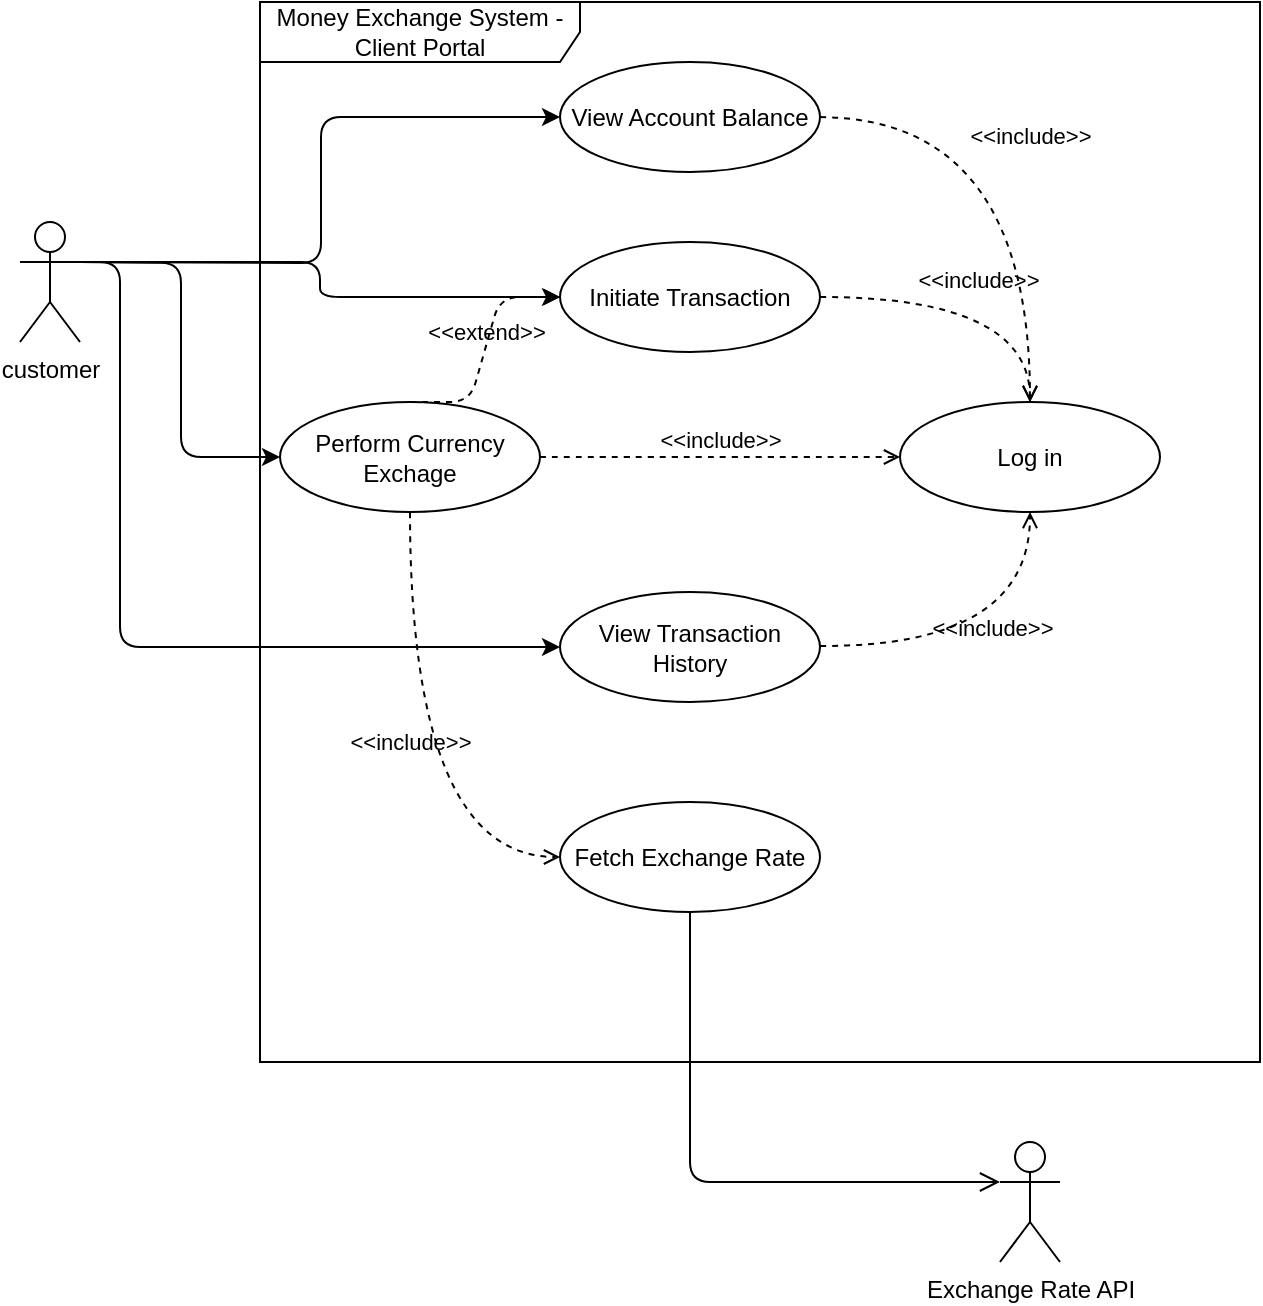
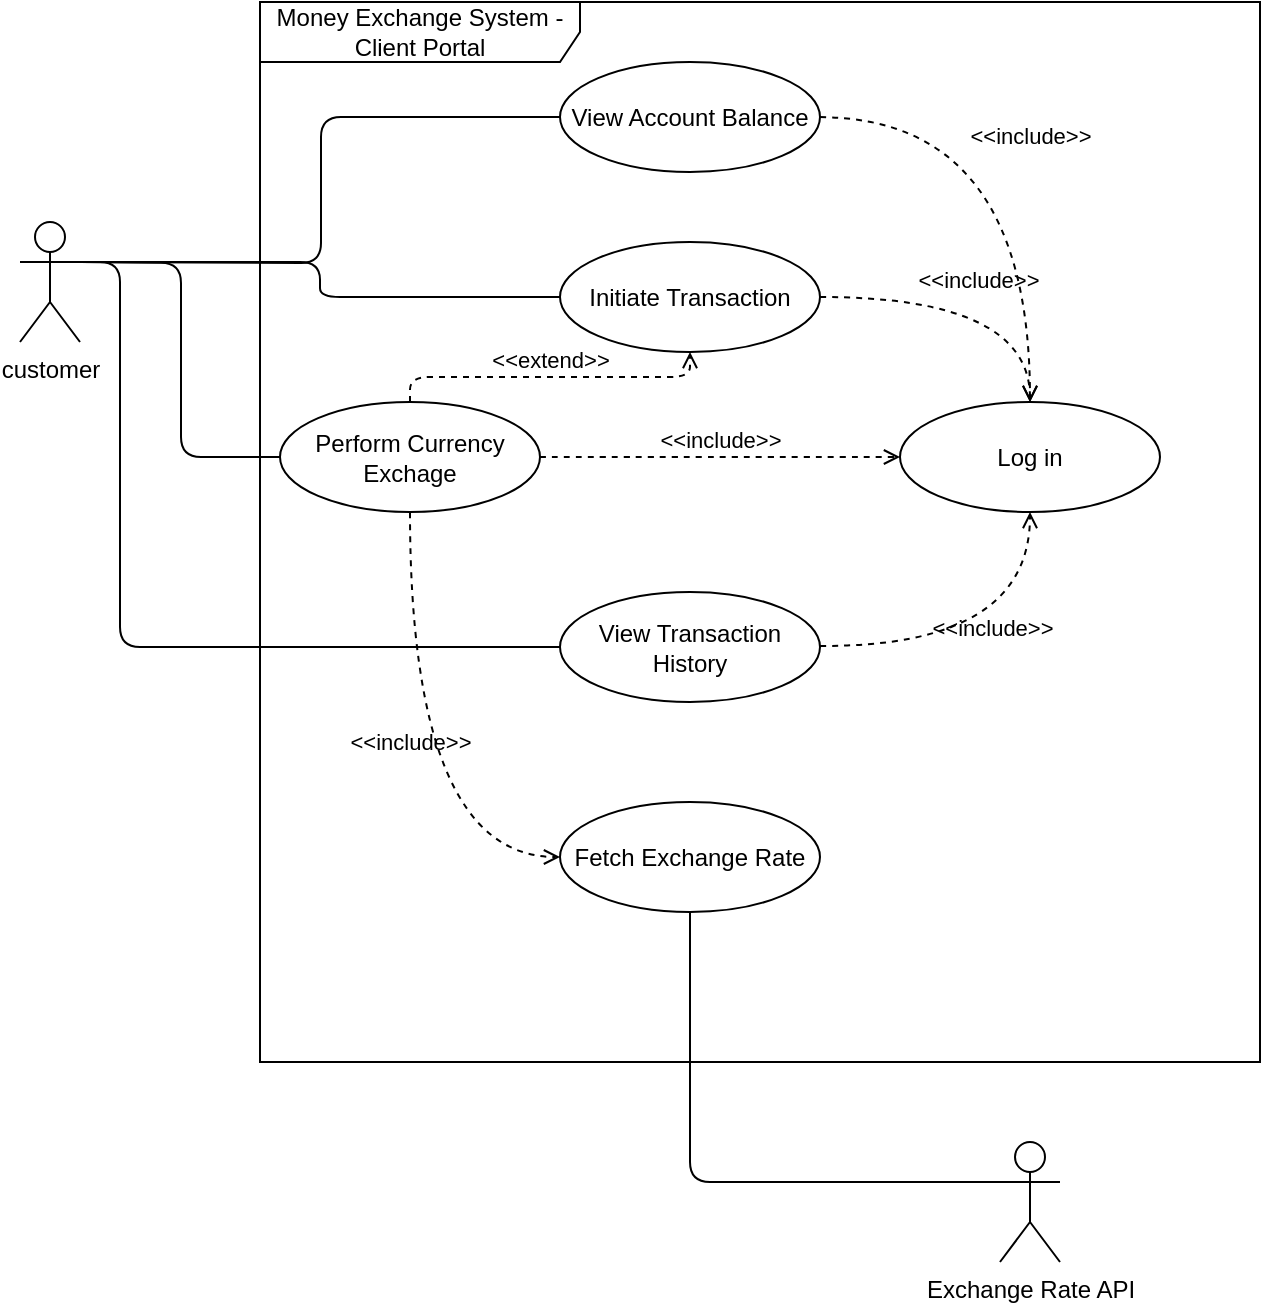
<mxfile host="Electron" pages="2">
  <diagram name="Money Exchange System - Client Portal" id="FWhztbS48K5WdzDemPio">
-     <mxGraphModel dx="674" dy="682" grid="1" gridSize="10" guides="1" tooltips="1" connect="1" arrows="1" fold="1" page="1" pageScale="1" pageWidth="827" pageHeight="1169" math="0" shadow="0">
+     <mxGraphModel dx="876" dy="682" grid="1" gridSize="10" guides="1" tooltips="1" connect="1" arrows="1" fold="1" page="1" pageScale="1" pageWidth="827" pageHeight="1169" math="0" shadow="0">
      <root>
        <mxCell id="0" />
        <mxCell id="1" parent="0" />
        <mxCell id="vtrmdZ3vb71THANzsVUH-1" parent="1" style="shape=umlActor;verticalLabelPosition=bottom;verticalAlign=top;html=1;" value="customer" vertex="1">
          <mxGeometry height="60" width="30" x="60" y="400" as="geometry" />
        </mxCell>
        <mxCell id="vtrmdZ3vb71THANzsVUH-2" parent="1" style="shape=umlFrame;whiteSpace=wrap;html=1;pointerEvents=0;recursiveResize=0;container=1;collapsible=0;width=160;" value="Money Exchange System - Client Portal" vertex="1">
          <mxGeometry height="530" width="500" x="180" y="290" as="geometry" />
        </mxCell>
        <mxCell id="vtrmdZ3vb71THANzsVUH-3" parent="vtrmdZ3vb71THANzsVUH-2" style="ellipse;whiteSpace=wrap;html=1;" value="Perform Currency Exchage" vertex="1">
          <mxGeometry height="55" width="130" x="10" y="200" as="geometry" />
        </mxCell>
        <mxCell id="vtrmdZ3vb71THANzsVUH-4" parent="vtrmdZ3vb71THANzsVUH-2" style="ellipse;whiteSpace=wrap;html=1;" value="View Account Balance" vertex="1">
          <mxGeometry height="55" width="130" x="150" y="30" as="geometry" />
        </mxCell>
        <mxCell id="vtrmdZ3vb71THANzsVUH-5" parent="vtrmdZ3vb71THANzsVUH-2" style="ellipse;whiteSpace=wrap;html=1;" value="Initiate Transaction" vertex="1">
          <mxGeometry height="55" width="130" x="150" y="120" as="geometry" />
        </mxCell>
        <mxCell id="vtrmdZ3vb71THANzsVUH-6" parent="vtrmdZ3vb71THANzsVUH-2" style="ellipse;whiteSpace=wrap;html=1;" value="View Transaction History" vertex="1">
          <mxGeometry height="55" width="130" x="150" y="295" as="geometry" />
        </mxCell>
        <mxCell id="vtrmdZ3vb71THANzsVUH-7" parent="vtrmdZ3vb71THANzsVUH-2" style="ellipse;whiteSpace=wrap;html=1;" value="Fetch Exchange Rate" vertex="1">
          <mxGeometry height="55" width="130" x="150" y="400" as="geometry" />
        </mxCell>
        <mxCell id="vtrmdZ3vb71THANzsVUH-8" parent="vtrmdZ3vb71THANzsVUH-2" style="ellipse;whiteSpace=wrap;html=1;" value="Log in" vertex="1">
          <mxGeometry height="55" width="130" x="320" y="200" as="geometry" />
        </mxCell>
-         <mxCell id="vtrmdZ3vb71THANzsVUH-9" edge="1" parent="vtrmdZ3vb71THANzsVUH-2" style="endArrow=classic;html=1;rounded=1;entryX=0;entryY=0.5;entryDx=0;entryDy=0;curved=0;edgeStyle=orthogonalEdgeStyle;" target="vtrmdZ3vb71THANzsVUH-3" value="">
+         <mxCell id="vtrmdZ3vb71THANzsVUH-9" edge="1" parent="vtrmdZ3vb71THANzsVUH-2" style="endArrow=none;html=1;rounded=1;entryX=0;entryY=0.5;entryDx=0;entryDy=0;curved=0;edgeStyle=orthogonalEdgeStyle;endFill=0;" target="vtrmdZ3vb71THANzsVUH-3" value="">
          <mxGeometry height="50" relative="1" width="50" as="geometry">
            <mxPoint x="-90" y="130" as="sourcePoint" />
            <mxPoint x="70" y="150" as="targetPoint" />
          </mxGeometry>
        </mxCell>
        <mxCell id="vtrmdZ3vb71THANzsVUH-10" edge="1" parent="vtrmdZ3vb71THANzsVUH-2" source="vtrmdZ3vb71THANzsVUH-5" style="html=1;verticalAlign=bottom;labelBackgroundColor=none;endArrow=open;endFill=0;dashed=1;rounded=1;exitX=1;exitY=0.5;exitDx=0;exitDy=0;entryX=0.5;entryY=0;entryDx=0;entryDy=0;curved=1;edgeStyle=orthogonalEdgeStyle;" target="vtrmdZ3vb71THANzsVUH-8" value="&amp;lt;&amp;lt;include&amp;gt;&amp;gt;">
          <mxGeometry relative="1" width="160" as="geometry">
            <mxPoint x="290" y="170" as="sourcePoint" />
            <mxPoint x="450" y="170" as="targetPoint" />
          </mxGeometry>
        </mxCell>
        <mxCell id="vtrmdZ3vb71THANzsVUH-11" edge="1" parent="vtrmdZ3vb71THANzsVUH-2" source="vtrmdZ3vb71THANzsVUH-3" style="html=1;verticalAlign=bottom;labelBackgroundColor=none;endArrow=open;endFill=0;dashed=1;rounded=1;exitX=1;exitY=0.5;exitDx=0;exitDy=0;entryX=0;entryY=0.5;entryDx=0;entryDy=0;curved=1;edgeStyle=orthogonalEdgeStyle;" target="vtrmdZ3vb71THANzsVUH-8" value="&amp;lt;&amp;lt;include&amp;gt;&amp;gt;">
          <mxGeometry relative="1" width="160" as="geometry">
            <mxPoint x="197.5" y="230.5" as="sourcePoint" />
            <mxPoint x="302.5" y="282.5" as="targetPoint" />
          </mxGeometry>
        </mxCell>
        <mxCell id="vtrmdZ3vb71THANzsVUH-12" edge="1" parent="vtrmdZ3vb71THANzsVUH-2" style="html=1;verticalAlign=bottom;labelBackgroundColor=none;endArrow=open;endFill=0;dashed=1;rounded=1;exitX=1;exitY=0.5;exitDx=0;exitDy=0;curved=1;edgeStyle=orthogonalEdgeStyle;entryX=0.5;entryY=0;entryDx=0;entryDy=0;" target="vtrmdZ3vb71THANzsVUH-8" value="&amp;lt;&amp;lt;include&amp;gt;&amp;gt;">
          <mxGeometry relative="1" width="160" as="geometry">
            <mxPoint x="280" y="57.549999999999955" as="sourcePoint" />
            <mxPoint x="390" y="190" as="targetPoint" />
          </mxGeometry>
        </mxCell>
        <mxCell id="vtrmdZ3vb71THANzsVUH-13" edge="1" parent="vtrmdZ3vb71THANzsVUH-2" source="vtrmdZ3vb71THANzsVUH-3" style="html=1;verticalAlign=bottom;labelBackgroundColor=none;endArrow=open;endFill=0;dashed=1;rounded=1;exitX=0.5;exitY=1;exitDx=0;exitDy=0;entryX=0;entryY=0.5;entryDx=0;entryDy=0;curved=1;edgeStyle=orthogonalEdgeStyle;" target="vtrmdZ3vb71THANzsVUH-7" value="&amp;lt;&amp;lt;include&amp;gt;&amp;gt;">
          <mxGeometry relative="1" width="160" as="geometry">
            <mxPoint x="50" y="362.54999999999995" as="sourcePoint" />
            <mxPoint x="155" y="295" as="targetPoint" />
          </mxGeometry>
        </mxCell>
-         <mxCell id="vtrmdZ3vb71THANzsVUH-14" edge="1" parent="vtrmdZ3vb71THANzsVUH-2" source="vtrmdZ3vb71THANzsVUH-3" style="html=1;verticalAlign=bottom;labelBackgroundColor=none;endArrow=open;endFill=0;dashed=1;rounded=1;entryX=0;entryY=0.5;entryDx=0;entryDy=0;exitX=0.5;exitY=0;exitDx=0;exitDy=0;edgeStyle=entityRelationEdgeStyle;elbow=vertical;" target="vtrmdZ3vb71THANzsVUH-5" value="&amp;lt;&amp;lt;extend&amp;gt;&amp;gt;">
+         <mxCell id="vtrmdZ3vb71THANzsVUH-14" edge="1" parent="vtrmdZ3vb71THANzsVUH-2" source="vtrmdZ3vb71THANzsVUH-3" style="html=1;verticalAlign=bottom;labelBackgroundColor=none;endArrow=open;endFill=0;dashed=1;rounded=1;entryX=0.5;entryY=1;entryDx=0;entryDy=0;exitX=0.5;exitY=0;exitDx=0;exitDy=0;edgeStyle=orthogonalEdgeStyle;elbow=vertical;" target="vtrmdZ3vb71THANzsVUH-5" value="&amp;lt;&amp;lt;extend&amp;gt;&amp;gt;">
          <mxGeometry relative="1" width="160" as="geometry">
            <mxPoint x="70" y="190" as="sourcePoint" />
            <mxPoint x="230" y="190" as="targetPoint" />
          </mxGeometry>
        </mxCell>
        <mxCell id="tci3p4kvQWet8cp7AIBr-1" edge="1" parent="vtrmdZ3vb71THANzsVUH-2" style="html=1;verticalAlign=bottom;labelBackgroundColor=none;endArrow=open;endFill=0;dashed=1;rounded=1;exitX=1;exitY=0.5;exitDx=0;exitDy=0;entryX=0.5;entryY=1;entryDx=0;entryDy=0;curved=1;edgeStyle=orthogonalEdgeStyle;" target="vtrmdZ3vb71THANzsVUH-8" value="&amp;lt;&amp;lt;include&amp;gt;&amp;gt;">
          <mxGeometry relative="1" width="160" as="geometry">
            <mxPoint x="280" y="321.97" as="sourcePoint" />
            <mxPoint x="460" y="321.97" as="targetPoint" />
          </mxGeometry>
        </mxCell>
        <mxCell id="vtrmdZ3vb71THANzsVUH-15" parent="1" style="shape=umlActor;verticalLabelPosition=bottom;verticalAlign=top;html=1;" value="Exchange Rate API" vertex="1">
          <mxGeometry height="60" width="30" x="550" y="860" as="geometry" />
        </mxCell>
-         <mxCell id="vtrmdZ3vb71THANzsVUH-16" edge="1" parent="1" source="vtrmdZ3vb71THANzsVUH-1" style="endArrow=classic;html=1;rounded=1;entryX=0;entryY=0.5;entryDx=0;entryDy=0;exitX=1;exitY=0.3333333333333333;exitDx=0;exitDy=0;exitPerimeter=0;edgeStyle=orthogonalEdgeStyle;" target="vtrmdZ3vb71THANzsVUH-5" value="">
+         <mxCell id="vtrmdZ3vb71THANzsVUH-16" edge="1" parent="1" source="vtrmdZ3vb71THANzsVUH-1" style="endArrow=none;html=1;rounded=1;entryX=0;entryY=0.5;entryDx=0;entryDy=0;exitX=1;exitY=0.3333333333333333;exitDx=0;exitDy=0;exitPerimeter=0;edgeStyle=orthogonalEdgeStyle;endFill=0;" target="vtrmdZ3vb71THANzsVUH-5" value="">
          <mxGeometry height="50" relative="1" width="50" as="geometry">
            <mxPoint x="120" y="420" as="sourcePoint" />
            <mxPoint x="220" y="420" as="targetPoint" />
          </mxGeometry>
        </mxCell>
-         <mxCell id="vtrmdZ3vb71THANzsVUH-17" edge="1" parent="1" source="vtrmdZ3vb71THANzsVUH-1" style="endArrow=classic;html=1;rounded=1;entryX=0;entryY=0.5;entryDx=0;entryDy=0;edgeStyle=orthogonalEdgeStyle;exitX=1;exitY=0.3333333333333333;exitDx=0;exitDy=0;exitPerimeter=0;elbow=vertical;curved=0;" target="vtrmdZ3vb71THANzsVUH-6" value="">
+         <mxCell id="vtrmdZ3vb71THANzsVUH-17" edge="1" parent="1" source="vtrmdZ3vb71THANzsVUH-1" style="endArrow=none;html=1;rounded=1;entryX=0;entryY=0.5;entryDx=0;entryDy=0;edgeStyle=orthogonalEdgeStyle;exitX=1;exitY=0.3333333333333333;exitDx=0;exitDy=0;exitPerimeter=0;elbow=vertical;curved=0;endFill=0;" target="vtrmdZ3vb71THANzsVUH-6" value="">
          <mxGeometry height="50" relative="1" width="50" as="geometry">
            <Array as="points">
              <mxPoint x="110" y="420" />
              <mxPoint x="110" y="613" />
            </Array>
            <mxPoint x="120" y="420" as="sourcePoint" />
            <mxPoint x="200" y="610" as="targetPoint" />
          </mxGeometry>
        </mxCell>
-         <mxCell id="vtrmdZ3vb71THANzsVUH-18" edge="1" parent="1" style="endArrow=classic;html=1;rounded=1;entryX=0;entryY=0.5;entryDx=0;entryDy=0;edgeStyle=orthogonalEdgeStyle;" target="vtrmdZ3vb71THANzsVUH-4" value="">
+         <mxCell id="vtrmdZ3vb71THANzsVUH-18" edge="1" parent="1" style="endArrow=none;html=1;rounded=1;entryX=0;entryY=0.5;entryDx=0;entryDy=0;edgeStyle=orthogonalEdgeStyle;endFill=0;" target="vtrmdZ3vb71THANzsVUH-4" value="">
          <mxGeometry height="50" relative="1" width="50" as="geometry">
            <mxPoint x="90" y="420" as="sourcePoint" />
            <mxPoint x="230" y="360" as="targetPoint" />
          </mxGeometry>
        </mxCell>
-         <mxCell id="vtrmdZ3vb71THANzsVUH-19" edge="1" parent="1" source="vtrmdZ3vb71THANzsVUH-7" style="endArrow=open;startArrow=none;endFill=0;startFill=0;endSize=8;html=1;verticalAlign=bottom;labelBackgroundColor=none;strokeWidth=1;rounded=1;entryX=0;entryY=0.3333333333333333;entryDx=0;entryDy=0;entryPerimeter=0;exitX=0.5;exitY=1;exitDx=0;exitDy=0;edgeStyle=orthogonalEdgeStyle;" target="vtrmdZ3vb71THANzsVUH-15" value="">
+         <mxCell id="vtrmdZ3vb71THANzsVUH-19" edge="1" parent="1" source="vtrmdZ3vb71THANzsVUH-7" style="endArrow=none;startArrow=none;endFill=0;startFill=0;endSize=8;html=1;verticalAlign=bottom;labelBackgroundColor=none;strokeWidth=1;rounded=1;entryX=0;entryY=0.3333333333333333;entryDx=0;entryDy=0;entryPerimeter=0;exitX=0.5;exitY=1;exitDx=0;exitDy=0;edgeStyle=orthogonalEdgeStyle;" target="vtrmdZ3vb71THANzsVUH-15" value="">
          <mxGeometry relative="1" width="160" as="geometry">
            <mxPoint x="400" y="780" as="sourcePoint" />
            <mxPoint x="560" y="780" as="targetPoint" />
          </mxGeometry>
        </mxCell>
      </root>
    </mxGraphModel>
  </diagram>
  <diagram id="Rpuxl0qhgzl8hAU7FL_C" name="Money Exchange System - Admin Portal">
-     <mxGraphModel dx="640" dy="648" grid="1" gridSize="10" guides="1" tooltips="1" connect="1" arrows="1" fold="1" page="1" pageScale="1" pageWidth="827" pageHeight="1169" background="none" math="0" shadow="0" adaptiveColors="auto">
+     <mxGraphModel dx="601" dy="648" grid="1" gridSize="10" guides="1" tooltips="1" connect="1" arrows="1" fold="1" page="1" pageScale="1" pageWidth="827" pageHeight="1169" background="none" math="0" shadow="0" adaptiveColors="auto">
      <root>
        <mxCell id="0" />
        <mxCell id="1" parent="0" />
        <mxCell id="cFp2gDEtoveiZNx1lZce-1" parent="1" style="shape=umlActor;verticalLabelPosition=bottom;verticalAlign=top;html=1;" value="Branch Staff" vertex="1">
          <mxGeometry height="60" width="30" x="40" y="270" as="geometry" />
        </mxCell>
        <mxCell id="cFp2gDEtoveiZNx1lZce-2" parent="1" style="shape=umlFrame;whiteSpace=wrap;html=1;pointerEvents=0;recursiveResize=0;container=1;collapsible=0;width=160;" value="Money Exchange System - Admin Portal" vertex="1">
          <mxGeometry height="490" width="420" x="140" y="110" as="geometry" />
        </mxCell>
        <mxCell id="cFp2gDEtoveiZNx1lZce-4" parent="cFp2gDEtoveiZNx1lZce-2" style="ellipse;whiteSpace=wrap;html=1;" value="Manage Branch Info" vertex="1">
          <mxGeometry height="50" width="140" x="40" y="60" as="geometry" />
        </mxCell>
        <mxCell id="cFp2gDEtoveiZNx1lZce-7" parent="cFp2gDEtoveiZNx1lZce-2" style="ellipse;whiteSpace=wrap;html=1;" value="Staff Login" vertex="1">
          <mxGeometry height="50" width="140" x="260" y="190" as="geometry" />
        </mxCell>
        <mxCell id="cFp2gDEtoveiZNx1lZce-8" parent="cFp2gDEtoveiZNx1lZce-2" style="ellipse;whiteSpace=wrap;html=1;" value="Manage Customer Profiles" vertex="1">
          <mxGeometry height="50" width="140" x="40" y="150" as="geometry" />
        </mxCell>
        <mxCell id="cFp2gDEtoveiZNx1lZce-9" parent="cFp2gDEtoveiZNx1lZce-2" style="ellipse;whiteSpace=wrap;html=1;" value="Manage Customer Accounts" vertex="1">
          <mxGeometry height="50" width="140" x="40" y="260" as="geometry" />
        </mxCell>
        <mxCell id="cFp2gDEtoveiZNx1lZce-10" parent="cFp2gDEtoveiZNx1lZce-2" style="ellipse;whiteSpace=wrap;html=1;" value="&lt;div&gt;Review customer transactions&lt;/div&gt;" vertex="1">
          <mxGeometry height="50" width="140" x="40" y="360" as="geometry" />
        </mxCell>
        <mxCell id="cFp2gDEtoveiZNx1lZce-11" parent="cFp2gDEtoveiZNx1lZce-2" style="ellipse;whiteSpace=wrap;html=1;" value="&lt;div&gt;Perform KYC check&lt;/div&gt;" vertex="1">
          <mxGeometry height="50" width="160" x="250" y="320" as="geometry" />
        </mxCell>
        <mxCell id="cFp2gDEtoveiZNx1lZce-18" edge="1" parent="cFp2gDEtoveiZNx1lZce-2" source="cFp2gDEtoveiZNx1lZce-4" style="html=1;verticalAlign=bottom;labelBackgroundColor=none;endArrow=open;endFill=0;dashed=1;rounded=1;exitX=1;exitY=0.5;exitDx=0;exitDy=0;entryX=0.5;entryY=0;entryDx=0;entryDy=0;edgeStyle=orthogonalEdgeStyle;" target="cFp2gDEtoveiZNx1lZce-7" value="&amp;lt;&amp;lt;include&amp;gt;&amp;gt;">
          <mxGeometry relative="1" width="160" as="geometry">
            <mxPoint x="180" y="100" as="sourcePoint" />
            <mxPoint x="340" y="100" as="targetPoint" />
          </mxGeometry>
        </mxCell>
        <mxCell id="cFp2gDEtoveiZNx1lZce-19" edge="1" parent="cFp2gDEtoveiZNx1lZce-2" source="cFp2gDEtoveiZNx1lZce-8" style="html=1;verticalAlign=bottom;labelBackgroundColor=none;endArrow=open;endFill=0;dashed=1;rounded=1;exitX=1;exitY=0.5;exitDx=0;exitDy=0;entryX=0;entryY=0.5;entryDx=0;entryDy=0;edgeStyle=orthogonalEdgeStyle;" target="cFp2gDEtoveiZNx1lZce-7" value="&amp;lt;&amp;lt;include&amp;gt;&amp;gt;">
          <mxGeometry relative="1" width="160" x="0.0833" as="geometry">
            <mxPoint as="offset" />
            <mxPoint x="240" y="80" as="sourcePoint" />
            <mxPoint x="390" y="185" as="targetPoint" />
          </mxGeometry>
        </mxCell>
        <mxCell id="cFp2gDEtoveiZNx1lZce-20" edge="1" parent="cFp2gDEtoveiZNx1lZce-2" source="cFp2gDEtoveiZNx1lZce-9" style="html=1;verticalAlign=bottom;labelBackgroundColor=none;endArrow=open;endFill=0;dashed=1;rounded=1;exitX=1;exitY=0.5;exitDx=0;exitDy=0;entryX=0.5;entryY=1;entryDx=0;entryDy=0;edgeStyle=orthogonalEdgeStyle;" target="cFp2gDEtoveiZNx1lZce-7" value="&amp;lt;&amp;lt;include&amp;gt;&amp;gt;">
          <mxGeometry relative="1" width="160" x="0.0833" as="geometry">
            <mxPoint as="offset" />
            <mxPoint x="240" y="250" as="sourcePoint" />
            <mxPoint x="320" y="290" as="targetPoint" />
          </mxGeometry>
        </mxCell>
        <mxCell id="cFp2gDEtoveiZNx1lZce-22" edge="1" parent="cFp2gDEtoveiZNx1lZce-2" source="cFp2gDEtoveiZNx1lZce-10" style="html=1;verticalAlign=bottom;labelBackgroundColor=none;endArrow=open;endFill=0;dashed=1;rounded=1;entryX=0.5;entryY=1;entryDx=0;entryDy=0;edgeStyle=orthogonalEdgeStyle;exitX=1;exitY=0.5;exitDx=0;exitDy=0;" target="cFp2gDEtoveiZNx1lZce-11" value="&amp;lt;&amp;lt;include&amp;gt;&amp;gt;">
          <mxGeometry relative="1" width="160" x="0.0833" as="geometry">
            <mxPoint as="offset" />
            <mxPoint x="210" y="320" as="sourcePoint" />
            <mxPoint x="280" y="375" as="targetPoint" />
          </mxGeometry>
        </mxCell>
        <mxCell id="cFp2gDEtoveiZNx1lZce-24" parent="cFp2gDEtoveiZNx1lZce-2" style="ellipse;whiteSpace=wrap;html=1;" value="Initiate Anti-Money Laundering Check" vertex="1">
          <mxGeometry height="50" width="140" x="230" y="420" as="geometry" />
        </mxCell>
        <mxCell id="cFp2gDEtoveiZNx1lZce-25" edge="1" parent="cFp2gDEtoveiZNx1lZce-2" source="cFp2gDEtoveiZNx1lZce-24" style="html=1;verticalAlign=bottom;labelBackgroundColor=none;endArrow=open;endFill=0;dashed=1;rounded=1;exitX=0;exitY=0.5;exitDx=0;exitDy=0;entryX=0.5;entryY=1;entryDx=0;entryDy=0;edgeStyle=orthogonalEdgeStyle;" target="cFp2gDEtoveiZNx1lZce-10" value="&amp;lt;&amp;lt;extend&amp;gt;&amp;gt;">
          <mxGeometry relative="1" width="160" as="geometry">
            <mxPoint x="120" y="420" as="sourcePoint" />
            <mxPoint x="280" y="420" as="targetPoint" />
          </mxGeometry>
        </mxCell>
        <mxCell id="kn1M5licPolIx9PQfjGM-1" edge="1" parent="cFp2gDEtoveiZNx1lZce-2" source="cFp2gDEtoveiZNx1lZce-10" style="html=1;verticalAlign=bottom;labelBackgroundColor=none;endArrow=open;endFill=0;dashed=1;rounded=1;edgeStyle=orthogonalEdgeStyle;exitX=0.5;exitY=0;exitDx=0;exitDy=0;curved=0;" value="&amp;lt;&amp;lt;include&amp;gt;&amp;gt;">
          <mxGeometry relative="1" width="160" x="0.0833" as="geometry">
            <mxPoint as="offset" />
            <Array as="points">
              <mxPoint x="110" y="350" />
              <mxPoint x="150" y="350" />
              <mxPoint x="150" y="310" />
              <mxPoint x="330" y="310" />
            </Array>
            <mxPoint x="210" y="330" as="sourcePoint" />
            <mxPoint x="330" y="240" as="targetPoint" />
          </mxGeometry>
        </mxCell>
        <mxCell id="cFp2gDEtoveiZNx1lZce-13" parent="1" style="shape=umlActor;verticalLabelPosition=bottom;verticalAlign=top;html=1;" value="&lt;div&gt;Anti-Money Laundering (AML) System&lt;/div&gt;&lt;div&gt;&lt;br&gt;&lt;/div&gt;" vertex="1">
          <mxGeometry height="60" width="30" x="425" y="650" as="geometry" />
        </mxCell>
        <mxCell id="cFp2gDEtoveiZNx1lZce-14" edge="1" parent="1" style="endArrow=open;startArrow=none;endFill=0;startFill=0;endSize=8;html=1;verticalAlign=bottom;labelBackgroundColor=none;strokeWidth=1;rounded=1;entryX=0;entryY=0.5;entryDx=0;entryDy=0;edgeStyle=orthogonalEdgeStyle;curved=0;" target="cFp2gDEtoveiZNx1lZce-4" value="">
          <mxGeometry relative="1" width="160" as="geometry">
            <mxPoint x="70" y="290" as="sourcePoint" />
            <mxPoint x="230" y="290" as="targetPoint" />
          </mxGeometry>
        </mxCell>
        <mxCell id="cFp2gDEtoveiZNx1lZce-15" edge="1" parent="1" style="endArrow=open;startArrow=none;endFill=0;startFill=0;endSize=8;html=1;verticalAlign=bottom;labelBackgroundColor=none;strokeWidth=1;rounded=1;entryX=0;entryY=0.5;entryDx=0;entryDy=0;edgeStyle=orthogonalEdgeStyle;curved=0;" target="cFp2gDEtoveiZNx1lZce-8" value="">
          <mxGeometry relative="1" width="160" as="geometry">
            <mxPoint x="70" y="290" as="sourcePoint" />
            <mxPoint x="230" y="290" as="targetPoint" />
          </mxGeometry>
        </mxCell>
        <mxCell id="cFp2gDEtoveiZNx1lZce-16" edge="1" parent="1" source="cFp2gDEtoveiZNx1lZce-1" style="endArrow=open;startArrow=none;endFill=0;startFill=0;endSize=8;html=1;verticalAlign=bottom;labelBackgroundColor=none;strokeWidth=1;rounded=1;entryX=0;entryY=0.5;entryDx=0;entryDy=0;edgeStyle=orthogonalEdgeStyle;curved=0;exitX=1;exitY=0.3333333333333333;exitDx=0;exitDy=0;exitPerimeter=0;" target="cFp2gDEtoveiZNx1lZce-9" value="">
          <mxGeometry relative="1" width="160" as="geometry">
            <mxPoint x="140" y="290" as="sourcePoint" />
            <mxPoint x="250" y="295" as="targetPoint" />
          </mxGeometry>
        </mxCell>
        <mxCell id="cFp2gDEtoveiZNx1lZce-17" edge="1" parent="1" source="cFp2gDEtoveiZNx1lZce-1" style="endArrow=open;startArrow=none;endFill=0;startFill=0;endSize=8;html=1;verticalAlign=bottom;labelBackgroundColor=none;strokeWidth=1;rounded=1;entryX=0;entryY=0.5;entryDx=0;entryDy=0;edgeStyle=orthogonalEdgeStyle;curved=0;exitX=1;exitY=0.3333333333333333;exitDx=0;exitDy=0;exitPerimeter=0;" target="cFp2gDEtoveiZNx1lZce-10" value="">
          <mxGeometry relative="1" width="160" as="geometry">
            <mxPoint x="120" y="360" as="sourcePoint" />
            <mxPoint x="230" y="465" as="targetPoint" />
          </mxGeometry>
        </mxCell>
        <mxCell id="cFp2gDEtoveiZNx1lZce-21" edge="1" parent="1" style="html=1;verticalAlign=bottom;labelBackgroundColor=none;endArrow=open;endFill=0;dashed=1;rounded=1;entryX=0;entryY=0.5;entryDx=0;entryDy=0;edgeStyle=orthogonalEdgeStyle;" target="cFp2gDEtoveiZNx1lZce-11" value="&amp;lt;&amp;lt;include&amp;gt;&amp;gt;">
          <mxGeometry relative="1" width="160" x="0.0833" as="geometry">
            <mxPoint as="offset" />
            <mxPoint x="320" y="400" as="sourcePoint" />
            <mxPoint x="510" y="390" as="targetPoint" />
          </mxGeometry>
        </mxCell>
        <mxCell id="yvWgHymyazom5vev542H-1" edge="1" parent="1" source="cFp2gDEtoveiZNx1lZce-24" style="endArrow=open;startArrow=none;endFill=0;startFill=0;endSize=8;html=1;verticalAlign=bottom;labelBackgroundColor=none;strokeWidth=1;rounded=1;entryX=0.5;entryY=0;entryDx=0;entryDy=0;edgeStyle=orthogonalEdgeStyle;curved=0;exitX=0.5;exitY=1;exitDx=0;exitDy=0;entryPerimeter=0;" target="cFp2gDEtoveiZNx1lZce-13" value="">
          <mxGeometry relative="1" width="160" as="geometry">
            <mxPoint x="160" y="490" as="sourcePoint" />
            <mxPoint x="270" y="695" as="targetPoint" />
          </mxGeometry>
        </mxCell>
      </root>
    </mxGraphModel>
  </diagram>
</mxfile>
